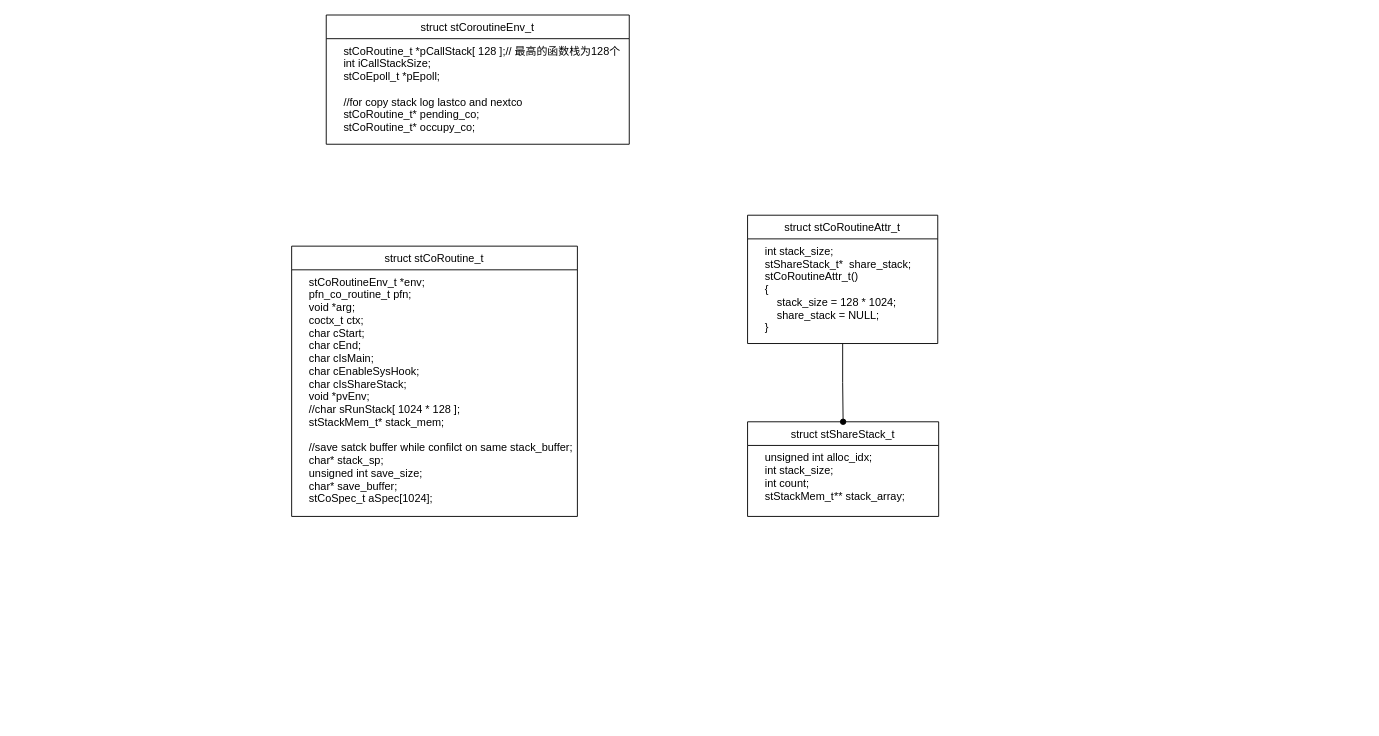
The draw.io diagram _drawio/libco.drawio in tangjiahua/tangjiahua.github.io, before the edit. Source tidied: cells renumbered, new cells numbered last; positions are measured from the earlier drawing's top-left corner, leaving out a move shared by most shapes. Both pictures are drawn from the tidied source at 91%, with x=0, y=0 at pixel (291, 15).
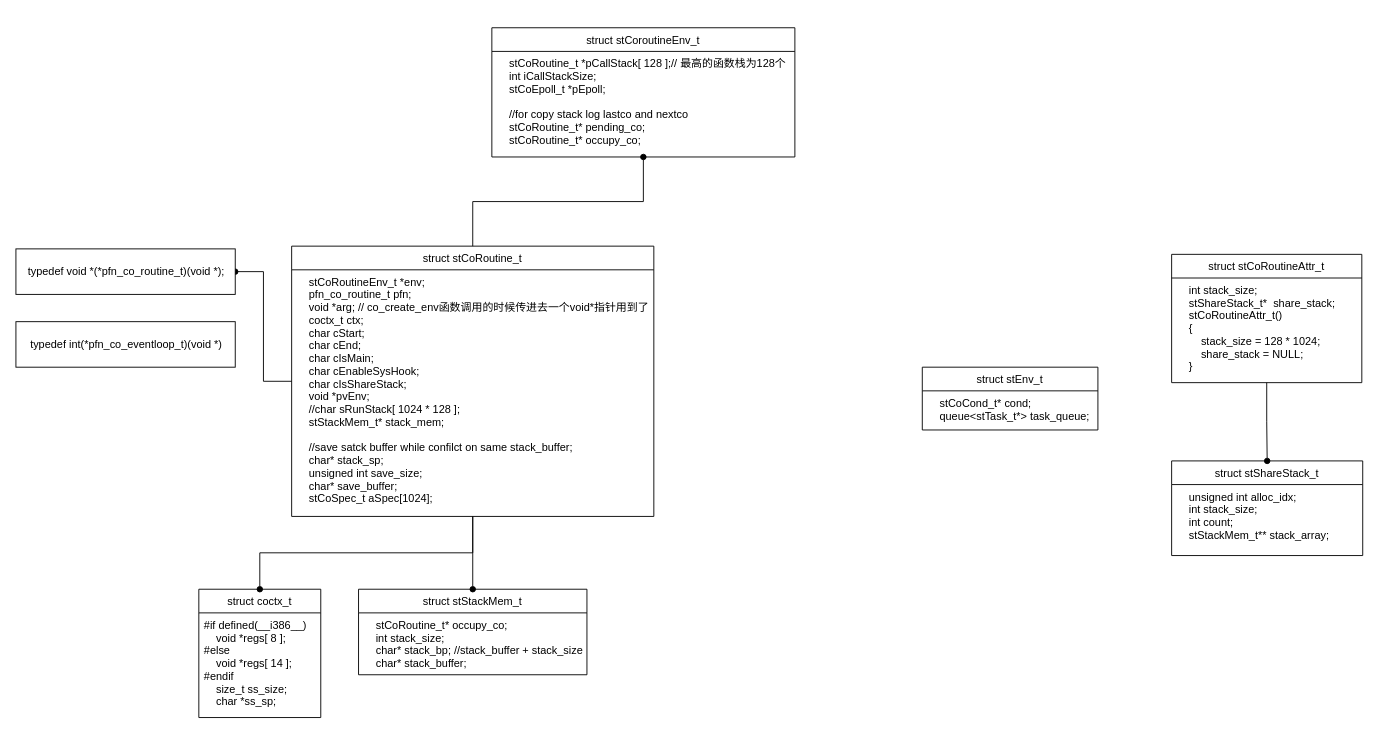
After the change.

What changed in the source:
```diff
@@
     <mxCell id="2" value="struct stCoroutineEnv_t" style="swimlane;fontStyle=0;horizontal=1;startSize=26;fillColor=none;" parent="1" vertex="1">
-      <mxGeometry x="38" width="333" height="142" as="geometry" />
+      <mxGeometry x="220" y="14" width="333" height="142" as="geometry" />
     </mxCell>
@@
+    <mxCell id="11" style="edgeStyle=orthogonalEdgeStyle;rounded=0;jettySize=auto;html=1;endArrow=oval;endFill=1;" parent="1" edge="1" source="4" target="2">
+      <mxGeometry relative="1" as="geometry" />
+    </mxCell>
+    <mxCell id="12" style="edgeStyle=orthogonalEdgeStyle;rounded=0;jettySize=auto;html=1;endArrow=oval;endFill=1;" parent="1" edge="1" source="4" target="16">
+      <mxGeometry relative="1" as="geometry" />
+    </mxCell>
+    <mxCell id="13" style="edgeStyle=orthogonalEdgeStyle;rounded=0;jettySize=auto;html=1;endArrow=oval;endFill=1;" parent="1" edge="1" source="4" target="17">
+      <mxGeometry relative="1" as="geometry" />
+    </mxCell>
+    <mxCell id="14" style="edgeStyle=orthogonalEdgeStyle;rounded=0;jettySize=auto;html=1;endArrow=oval;endFill=1;" parent="1" edge="1" source="4" target="19">
+      <mxGeometry relative="1" as="geometry" />
+    </mxCell>
     <mxCell id="4" value="struct stCoRoutine_t" style="swimlane;fontStyle=0;horizontal=1;startSize=26;fillColor=none;" parent="1" vertex="1">
-      <mxGeometry y="254" width="314" height="297" as="geometry" />
+      <mxGeometry y="254" width="398" height="297" as="geometry" />
     </mxCell>
-    <mxCell id="5" value="    stCoRoutineEnv_t *env;&#10;    pfn_co_routine_t pfn;&#10;    void *arg;&#10;    coctx_t ctx;&#10;    char cStart;&#10;    char cEnd;&#10;    char cIsMain;&#10;    char cEnableSysHook;&#10;    char cIsShareStack;&#10;    void *pvEnv;&#10;    //char sRunStack[ 1024 * 128 ];&#10;    stStackMem_t* stack_mem;&#10;&#10;    //save satck buffer while confilct on same stack_buffer;&#10;    char* stack_sp; &#10;    unsigned int save_size;&#10;    char* save_buffer;&#10;    stCoSpec_t aSpec[1024];" style="text;strokeColor=none;fillColor=none;align=left;verticalAlign=top;spacingLeft=4;spacingRight=4;overflow=hidden;" parent="4" vertex="1">
-      <mxGeometry y="26" width="314" height="271" as="geometry" />
+    <mxCell id="5" value="    stCoRoutineEnv_t *env;&#10;    pfn_co_routine_t pfn;&#10;    void *arg; // co_create_env函数调用的时候传进去一个void*指针用到了&#10;    coctx_t ctx;&#10;    char cStart;&#10;    char cEnd;&#10;    char cIsMain;&#10;    char cEnableSysHook;&#10;    char cIsShareStack;&#10;    void *pvEnv;&#10;    //char sRunStack[ 1024 * 128 ];&#10;    stStackMem_t* stack_mem;&#10;&#10;    //save satck buffer while confilct on same stack_buffer;&#10;    char* stack_sp; &#10;    unsigned int save_size;&#10;    char* save_buffer;&#10;    stCoSpec_t aSpec[1024];" style="text;strokeColor=none;fillColor=none;align=left;verticalAlign=top;spacingLeft=4;spacingRight=4;overflow=hidden;" parent="4" vertex="1">
+      <mxGeometry y="26" width="398" height="271" as="geometry" />
     </mxCell>
@@
     <mxCell id="7" value="struct stCoRoutineAttr_t" style="swimlane;fontStyle=0;horizontal=1;startSize=26;fillColor=none;" parent="1" vertex="1">
-      <mxGeometry x="501" y="220" width="209" height="141" as="geometry" />
+      <mxGeometry x="967" y="263" width="209" height="141" as="geometry" />
     </mxCell>
@@
     <mxCell id="9" value="struct stShareStack_t" style="swimlane;fontStyle=0;horizontal=1;startSize=26;fillColor=none;" parent="1" vertex="1">
-      <mxGeometry x="501" y="447" width="210" height="104" as="geometry" />
+      <mxGeometry x="967" y="490" width="210" height="104" as="geometry" />
     </mxCell>
@@
+    <mxCell id="15" value="typedef int(*pfn_co_eventloop_t)(void *)" style="html=1;" parent="1" vertex="1">
+      <mxGeometry x="-303" y="337" width="241" height="50" as="geometry" />
+    </mxCell>
+    <mxCell id="16" value="typedef void *(*pfn_co_routine_t)(void *);" style="html=1;" parent="1" vertex="1">
+      <mxGeometry x="-303" y="257" width="241" height="50" as="geometry" />
+    </mxCell>
+    <mxCell id="17" value="struct stStackMem_t" style="swimlane;fontStyle=0;horizontal=1;startSize=26;fillColor=none;" parent="1" vertex="1">
+      <mxGeometry x="73.5" y="631" width="251" height="94" as="geometry" />
+    </mxCell>
+    <mxCell id="18" value="    stCoRoutine_t* occupy_co;&#10;    int stack_size;&#10;    char* stack_bp; //stack_buffer + stack_size&#10;    char* stack_buffer;" style="text;strokeColor=none;fillColor=none;align=left;verticalAlign=top;spacingLeft=4;spacingRight=4;overflow=hidden;" parent="17" vertex="1">
+      <mxGeometry y="26" width="251" height="68" as="geometry" />
+    </mxCell>
+    <mxCell id="19" value="struct coctx_t" style="swimlane;fontStyle=0;horizontal=1;startSize=26;fillColor=none;" parent="1" vertex="1">
+      <mxGeometry x="-102" y="631" width="134" height="141" as="geometry" />
+    </mxCell>
+    <mxCell id="20" value="#if defined(__i386__)&#10;    void *regs[ 8 ];&#10;#else&#10;    void *regs[ 14 ];&#10;#endif&#10;    size_t ss_size;&#10;    char *ss_sp;" style="text;strokeColor=none;fillColor=none;align=left;verticalAlign=top;spacingLeft=4;spacingRight=4;overflow=hidden;" parent="19" vertex="1">
+      <mxGeometry y="26" width="134" height="115" as="geometry" />
+    </mxCell>
+    <mxCell id="21" value="struct stEnv_t" style="swimlane;fontStyle=0;horizontal=1;startSize=26;fillColor=none;" parent="1" vertex="1">
+      <mxGeometry x="693" y="387" width="193" height="69" as="geometry" />
+    </mxCell>
+    <mxCell id="22" value="    stCoCond_t* cond;&#10;    queue&lt;stTask_t*&gt; task_queue;" style="text;strokeColor=none;fillColor=none;align=left;verticalAlign=top;spacingLeft=4;spacingRight=4;overflow=hidden;" parent="21" vertex="1">
+      <mxGeometry y="26" width="193" height="43" as="geometry" />
+    </mxCell>
```
